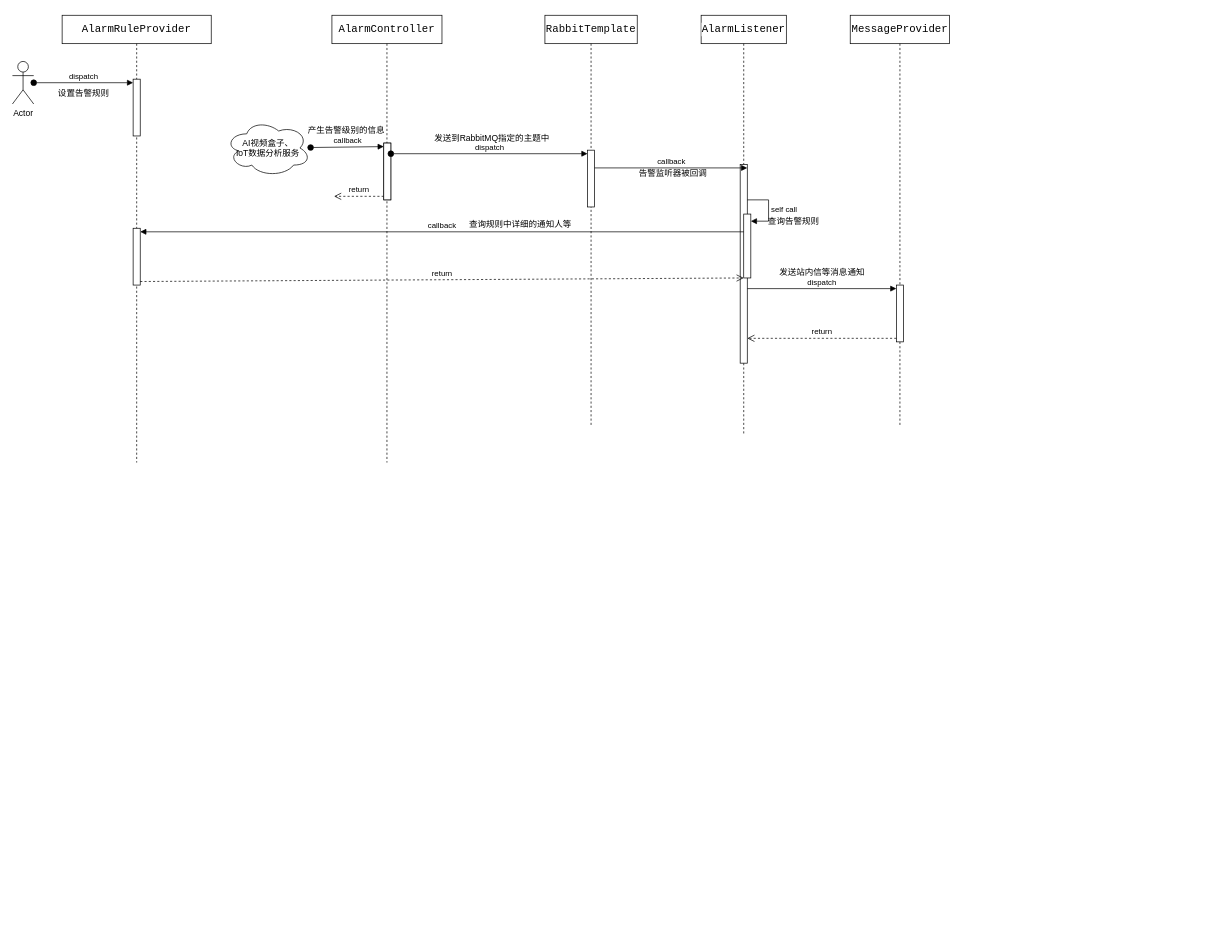
Earlier version of the draw.io diagram iot uml.drawio (Rain-ziyu/img). Source tidied: cells renumbered, new cells numbered last; positions are measured from the earlier drawing's top-left corner, leaving out a move shared by most shapes. Both pictures are drawn from the tidied source at 71%, with x=0, y=0 at pixel (12, 15).
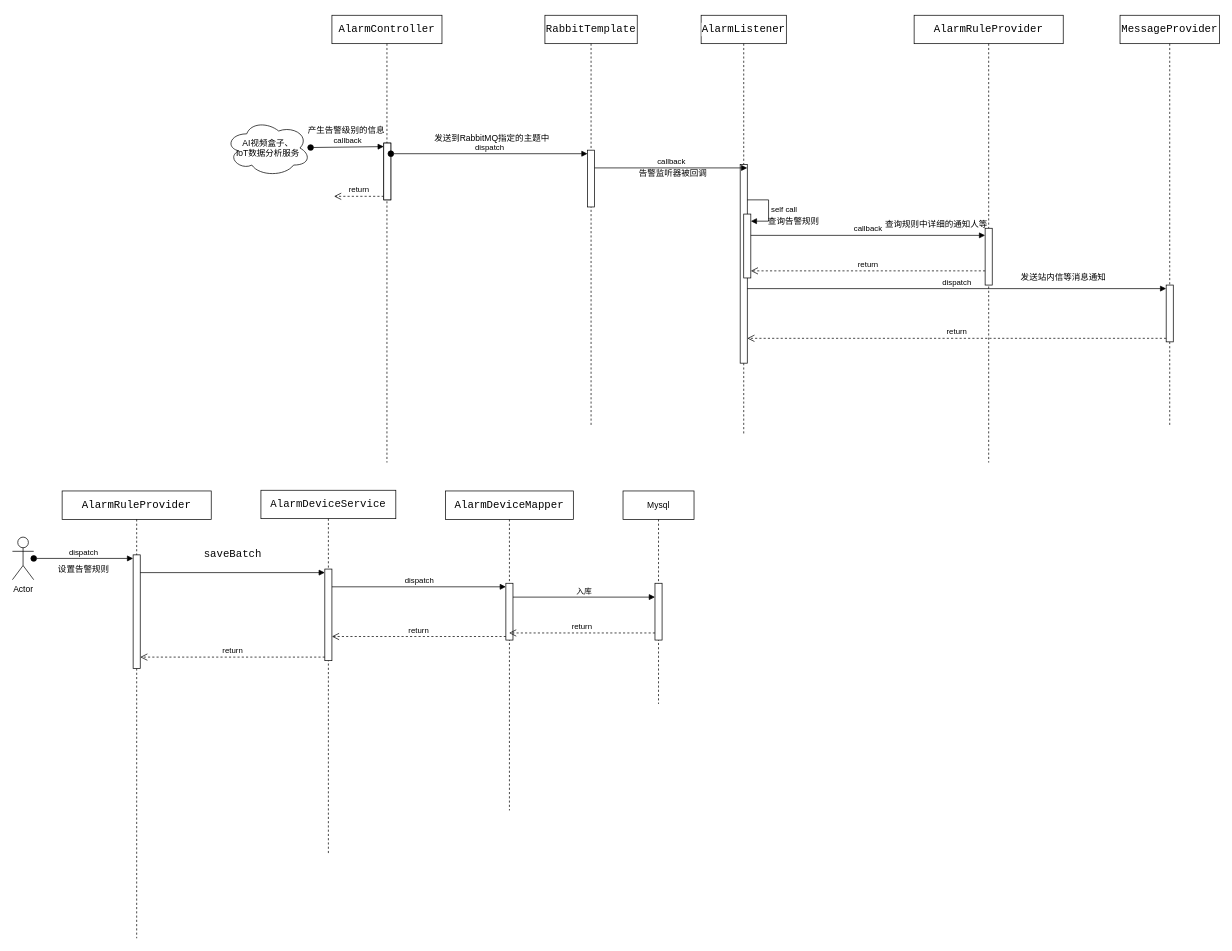
After the change.

The change refers to these unchanged cells:
```xml
<mxCell id="4" style="html=1;points=[[0,0,0,0,5],[0,1,0,0,-5],[1,0,0,0,5],[1,1,0,0,-5]];perimeter=orthogonalPerimeter;outlineConnect=0;targetShapes=umlLifeline;portConstraint=eastwest;newEdgeStyle={&quot;curved&quot;:0,&quot;rounded&quot;:0};" parent="2" vertex="1">
  <mxGeometry x="100" y="300" width="10" height="80" as="geometry" />
</mxCell>
<mxCell id="21" style="html=1;points=[[0,0,0,0,5],[0,1,0,0,-5],[1,0,0,0,5],[1,1,0,0,-5]];perimeter=orthogonalPerimeter;outlineConnect=0;targetShapes=umlLifeline;portConstraint=eastwest;newEdgeStyle={&quot;curved&quot;:0,&quot;rounded&quot;:0};" parent="19" vertex="1">
  <mxGeometry x="60" y="280" width="10" height="90" as="geometry" />
</mxCell>
```

What changed in the source:
```diff
@@
     <mxCell id="2" value="&lt;div style=&quot;background-color:#ffffff;color:#080808&quot;&gt;&lt;pre style=&quot;font-family:'JetBrains Mono',monospace;font-size:11.3pt;&quot;&gt;&lt;span style=&quot;color:#000000;&quot;&gt;AlarmRuleProvider&lt;/span&gt;&lt;/pre&gt;&lt;/div&gt;" style="shape=umlLifeline;perimeter=lifelinePerimeter;whiteSpace=wrap;html=1;newEdgeStyle={&quot;curved&quot;:0,&quot;rounded&quot;:0};" parent="1" vertex="1">
-      <mxGeometry x="70" width="210" height="630" as="geometry" />
+      <mxGeometry x="1270" width="210" height="630" as="geometry" />
     </mxCell>
-    <mxCell id="3" style="html=1;points=[[0,0,0,0,5],[0,1,0,0,-5],[1,0,0,0,5],[1,1,0,0,-5]];perimeter=orthogonalPerimeter;outlineConnect=0;targetShapes=umlLifeline;portConstraint=eastwest;newEdgeStyle={&quot;curved&quot;:0,&quot;rounded&quot;:0};" parent="2" vertex="1">
-      <mxGeometry x="100" y="90" width="10" height="80" as="geometry" />
-    </mxCell>
@@
-    <mxCell id="5" value="Actor" style="shape=umlActor;verticalLabelPosition=bottom;verticalAlign=top;html=1;" parent="1" vertex="1">
-      <mxGeometry y="65" width="30" height="60" as="geometry" />
-    </mxCell>
-    <mxCell id="6" value="dispatch" style="html=1;verticalAlign=bottom;startArrow=oval;endArrow=block;startSize=8;curved=0;rounded=0;entryX=0;entryY=0;entryDx=0;entryDy=5;" parent="1" edge="1" source="5" target="3">
-      <mxGeometry relative="1" as="geometry" />
-    </mxCell>
-    <mxCell id="7" value="设置告警规则" style="text;html=1;align=center;verticalAlign=middle;strokeColor=none;fillColor=none;" parent="1" vertex="1">
-      <mxGeometry x="50" y="95" width="100" height="30" as="geometry" />
-    </mxCell>
@@
-    <mxCell id="26" value="callback" style="html=1;verticalAlign=bottom;endArrow=block;curved=0;rounded=0;entryX=1;entryY=0;entryDx=0;entryDy=5;" parent="1" edge="1" source="21" target="4">
-      <mxGeometry relative="1" as="geometry" />
+    <mxCell id="26" value="callback" style="html=1;verticalAlign=bottom;endArrow=block;curved=0;rounded=0;" parent="1" edge="1">
+      <mxGeometry relative="1" as="geometry">
+        <mxPoint x="1040" y="310" as="sourcePoint" />
+        <mxPoint x="1370" y="310" as="targetPoint" />
+      </mxGeometry>
     </mxCell>
-    <mxCell id="27" value="return" style="html=1;verticalAlign=bottom;endArrow=open;dashed=1;endSize=8;curved=0;rounded=0;exitX=1;exitY=1;exitDx=0;exitDy=-5;" parent="1" edge="1" source="4" target="21">
-      <mxGeometry relative="1" as="geometry" />
+    <mxCell id="27" value="return" style="html=1;verticalAlign=bottom;endArrow=open;dashed=1;endSize=8;curved=0;rounded=0;" parent="1" edge="1">
+      <mxGeometry relative="1" as="geometry">
+        <mxPoint x="1370" y="360" as="sourcePoint" />
+        <mxPoint x="1040" y="360" as="targetPoint" />
+      </mxGeometry>
     </mxCell>
     <mxCell id="28" value="查询规则中详细的通知人等" style="text;html=1;align=center;verticalAlign=middle;strokeColor=none;fillColor=none;" parent="1" vertex="1">
-      <mxGeometry x="630" y="280" width="170" height="30" as="geometry" />
+      <mxGeometry x="1216" y="280" width="170" height="30" as="geometry" />
     </mxCell>
     <mxCell id="29" value="&lt;div style=&quot;background-color:#ffffff;color:#080808&quot;&gt;&lt;pre style=&quot;font-family:'JetBrains Mono',monospace;font-size:11.3pt;&quot;&gt;&lt;span style=&quot;color:#000000;&quot;&gt;MessageProvider&lt;/span&gt;&lt;/pre&gt;&lt;/div&gt;" style="shape=umlLifeline;perimeter=lifelinePerimeter;whiteSpace=wrap;html=1;newEdgeStyle={&quot;curved&quot;:0,&quot;rounded&quot;:0};" parent="1" vertex="1">
-      <mxGeometry x="1180" width="140" height="580" as="geometry" />
+      <mxGeometry x="1560" width="140" height="580" as="geometry" />
     </mxCell>
@@
     <mxCell id="33" value="发送站内信等消息通知" style="text;html=1;align=center;verticalAlign=middle;strokeColor=none;fillColor=none;" parent="1" vertex="1">
-      <mxGeometry x="1070" y="348" width="140" height="30" as="geometry" />
+      <mxGeometry x="1410" y="355" width="140" height="30" as="geometry" />
     </mxCell>
+    <mxCell id="34" value="&lt;div style=&quot;background-color:#ffffff;color:#080808&quot;&gt;&lt;pre style=&quot;font-family:'JetBrains Mono',monospace;font-size:11.3pt;&quot;&gt;&lt;span style=&quot;color:#000000;&quot;&gt;AlarmRuleProvider&lt;/span&gt;&lt;/pre&gt;&lt;/div&gt;" style="shape=umlLifeline;perimeter=lifelinePerimeter;whiteSpace=wrap;html=1;newEdgeStyle={&quot;curved&quot;:0,&quot;rounded&quot;:0};" parent="1" vertex="1">
+      <mxGeometry x="70" y="670" width="210" height="630" as="geometry" />
+    </mxCell>
+    <mxCell id="35" style="html=1;points=[[0,0,0,0,5],[0,1,0,0,-5],[1,0,0,0,5],[1,1,0,0,-5]];perimeter=orthogonalPerimeter;outlineConnect=0;targetShapes=umlLifeline;portConstraint=eastwest;newEdgeStyle={&quot;curved&quot;:0,&quot;rounded&quot;:0};" parent="34" vertex="1">
+      <mxGeometry x="100" y="90" width="10" height="160" as="geometry" />
+    </mxCell>
+    <mxCell id="5" value="Actor" style="shape=umlActor;verticalLabelPosition=bottom;verticalAlign=top;html=1;" parent="1" vertex="1">
+      <mxGeometry y="735" width="30" height="60" as="geometry" />
+    </mxCell>
+    <mxCell id="6" value="dispatch" style="html=1;verticalAlign=bottom;startArrow=oval;endArrow=block;startSize=8;curved=0;rounded=0;entryX=0;entryY=0;entryDx=0;entryDy=5;" parent="1" edge="1" source="5" target="35">
+      <mxGeometry relative="1" as="geometry" />
+    </mxCell>
+    <mxCell id="7" value="设置告警规则" style="text;html=1;align=center;verticalAlign=middle;strokeColor=none;fillColor=none;" parent="1" vertex="1">
+      <mxGeometry x="50" y="765" width="100" height="30" as="geometry" />
+    </mxCell>
+    <mxCell id="36" value="&lt;div style=&quot;background-color:#ffffff;color:#080808&quot;&gt;&lt;pre style=&quot;font-family:'JetBrains Mono',monospace;font-size:11.3pt;&quot;&gt;AlarmDeviceService&lt;/pre&gt;&lt;/div&gt;" style="shape=umlLifeline;perimeter=lifelinePerimeter;whiteSpace=wrap;html=1;newEdgeStyle={&quot;curved&quot;:0,&quot;rounded&quot;:0};" parent="1" vertex="1">
+      <mxGeometry x="350" y="669" width="190" height="511" as="geometry" />
+    </mxCell>
+    <mxCell id="37" style="html=1;points=[[0,0,0,0,5],[0,1,0,0,-5],[1,0,0,0,5],[1,1,0,0,-5]];perimeter=orthogonalPerimeter;outlineConnect=0;targetShapes=umlLifeline;portConstraint=eastwest;newEdgeStyle={&quot;curved&quot;:0,&quot;rounded&quot;:0};" parent="36" vertex="1">
+      <mxGeometry x="90" y="111" width="10" height="129" as="geometry" />
+    </mxCell>
+    <mxCell id="38" value="&lt;div style=&quot;color: rgb(8, 8, 8);&quot;&gt;&lt;pre style=&quot;font-family:'JetBrains Mono',monospace;font-size:11.3pt;&quot;&gt;saveBatch&lt;/pre&gt;&lt;/div&gt;" style="html=1;verticalAlign=bottom;endArrow=block;curved=0;rounded=0;entryX=0;entryY=0;entryDx=0;entryDy=5;" parent="1" edge="1" source="35" target="37">
+      <mxGeometry relative="1" as="geometry" />
+    </mxCell>
+    <mxCell id="39" value="return" style="html=1;verticalAlign=bottom;endArrow=open;dashed=1;endSize=8;curved=0;rounded=0;exitX=0;exitY=1;exitDx=0;exitDy=-5;" parent="1" edge="1" source="37" target="35">
+      <mxGeometry relative="1" as="geometry" />
+    </mxCell>
+    <mxCell id="40" value="&lt;div style=&quot;background-color:#ffffff;color:#080808&quot;&gt;&lt;pre style=&quot;font-family:'JetBrains Mono',monospace;font-size:11.3pt;&quot;&gt;&lt;span style=&quot;color:#000000;&quot;&gt;AlarmDeviceMapper&lt;/span&gt;&lt;/pre&gt;&lt;/div&gt;" style="shape=umlLifeline;perimeter=lifelinePerimeter;whiteSpace=wrap;html=1;newEdgeStyle={&quot;curved&quot;:0,&quot;rounded&quot;:0};" parent="1" vertex="1">
+      <mxGeometry x="610" y="670" width="180" height="450" as="geometry" />
+    </mxCell>
+    <mxCell id="41" style="html=1;points=[[0,0,0,0,5],[0,1,0,0,-5],[1,0,0,0,5],[1,1,0,0,-5]];perimeter=orthogonalPerimeter;outlineConnect=0;targetShapes=umlLifeline;portConstraint=eastwest;newEdgeStyle={&quot;curved&quot;:0,&quot;rounded&quot;:0};" parent="40" vertex="1">
+      <mxGeometry x="85" y="130" width="10" height="80" as="geometry" />
+    </mxCell>
+    <mxCell id="42" value="dispatch" style="html=1;verticalAlign=bottom;endArrow=block;curved=0;rounded=0;entryX=0;entryY=0;entryDx=0;entryDy=5;" parent="1" edge="1" source="37" target="41">
+      <mxGeometry relative="1" as="geometry" />
+    </mxCell>
+    <mxCell id="43" value="return" style="html=1;verticalAlign=bottom;endArrow=open;dashed=1;endSize=8;curved=0;rounded=0;exitX=0;exitY=1;exitDx=0;exitDy=-5;" parent="1" edge="1" source="41" target="37">
+      <mxGeometry relative="1" as="geometry" />
+    </mxCell>
+    <mxCell id="44" value="Mysql" style="shape=umlLifeline;whiteSpace=wrap;html=1;newEdgeStyle={&quot;curved&quot;:0,&quot;rounded&quot;:0};perimeter=rectanglePerimeter;targetShapes=umlLifeline;participant=label;" parent="1" vertex="1">
+      <mxGeometry x="860" y="670" width="100" height="300" as="geometry" />
+    </mxCell>
+    <mxCell id="45" style="html=1;perimeter=orthogonalPerimeter;targetShapes=umlLifeline;newEdgeStyle={&quot;curved&quot;:0,&quot;rounded&quot;:0};" parent="44" vertex="1">
+      <mxGeometry x="45" y="130" width="10" height="80" as="geometry" />
+    </mxCell>
+    <mxCell id="46" value="入库" style="html=1;verticalAlign=bottom;endArrow=block;curved=0;rounded=0;entryX=0;entryY=0;entryDx=0;entryDy=5;" parent="1" edge="1">
+      <mxGeometry relative="1" as="geometry">
+        <mxPoint x="705" y="819.5" as="sourcePoint" />
+        <mxPoint x="905" y="819.5" as="targetPoint" />
+      </mxGeometry>
+    </mxCell>
+    <mxCell id="47" value="return" style="html=1;verticalAlign=bottom;endArrow=open;dashed=1;endSize=8;curved=0;rounded=0;exitX=0;exitY=1;exitDx=0;exitDy=-5;" parent="1" edge="1">
+      <mxGeometry relative="1" as="geometry">
+        <mxPoint x="905" y="870" as="sourcePoint" />
+        <mxPoint x="699.5" y="870" as="targetPoint" />
+      </mxGeometry>
+    </mxCell>
```
